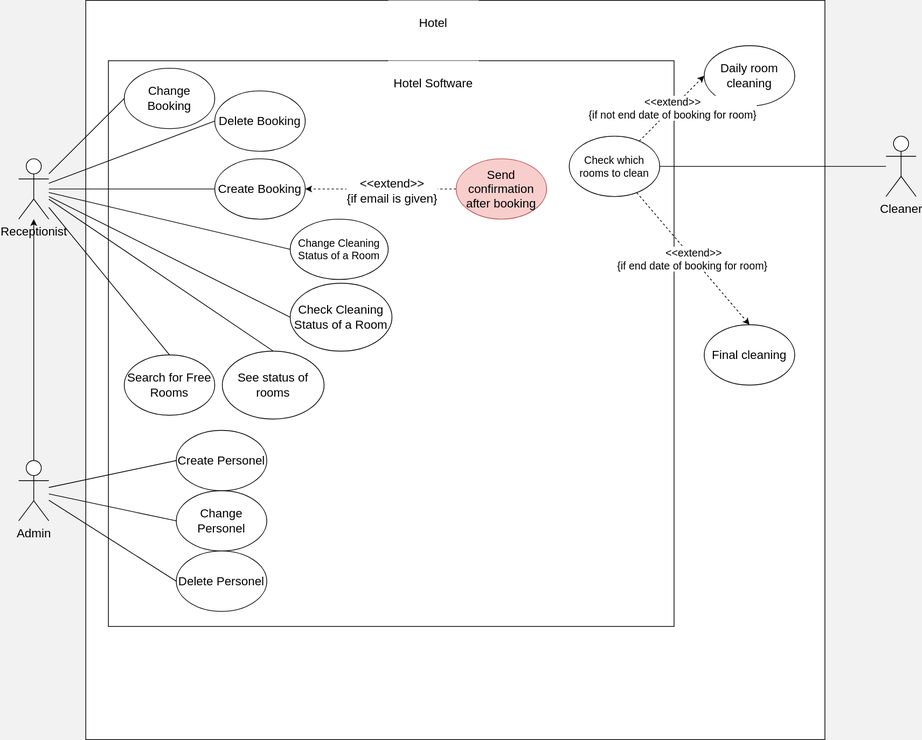
The draw.io diagram use_case_diagram.drawio.svg in N4ims/hotel-system, before a commit. Source tidied: cells renumbered, new cells last; positions are measured from the earlier drawing's top-left corner, leaving out a move shared by most shapes.
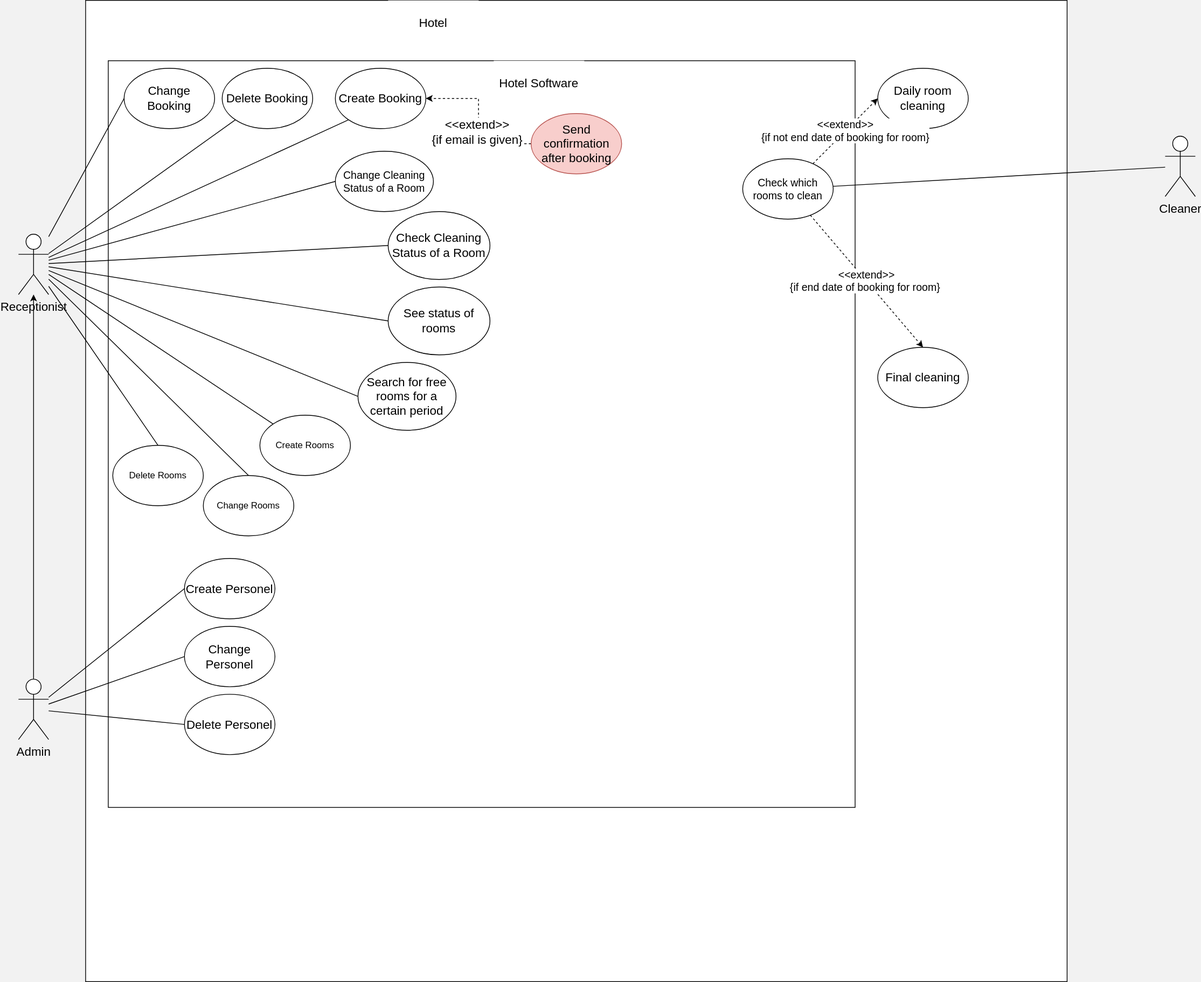
Later version of the same file.

Commit message:
Add use cases to use_case_diagram.drawio.svg

Change to the diagram source:
```diff
@@ -3,13 +3,13 @@
     <mxCell id="0" />
     <mxCell id="1" parent="0" />
     <mxCell id="2" style="whiteSpace=wrap;html=1;fontSize=16;" parent="1" vertex="1">
-      <mxGeometry x="89" width="980" height="980" as="geometry" />
+      <mxGeometry x="89" width="1301" height="1301" as="geometry" />
     </mxCell>
     <mxCell id="3" style="whiteSpace=wrap;html=1;align=center;flipV=1;flipH=1;" parent="1" vertex="1">
-      <mxGeometry x="119" y="80" width="750" height="750" as="geometry" />
+      <mxGeometry x="119" y="80" width="990" height="990" as="geometry" />
     </mxCell>
     <mxCell id="4" value="&lt;font style=&quot;font-size: 16px&quot;&gt;Hotel Software&lt;/font&gt;" style="rounded=0;whiteSpace=wrap;html=1;fillColor=default;strokeColor=none;" parent="1" vertex="1">
-      <mxGeometry x="490" y="80" width="120" height="60" as="geometry" />
+      <mxGeometry x="630" y="80" width="120" height="60" as="geometry" />
     </mxCell>
     <mxCell id="5" style="edgeStyle=orthogonalEdgeStyle;rounded=0;jettySize=auto;html=1;fontSize=16;" parent="1" edge="1" source="9" target="17">
       <mxGeometry relative="1" as="geometry" />
@@ -24,58 +24,67 @@
       <mxGeometry relative="1" as="geometry" />
     </mxCell>
     <mxCell id="9" value="Admin" style="shape=umlActor;verticalLabelPosition=bottom;verticalAlign=top;html=1;outlineConnect=0;fontSize=16;" parent="1" vertex="1">
-      <mxGeometry y="610" width="40" height="80" as="geometry" />
+      <mxGeometry y="900" width="40" height="80" as="geometry" />
     </mxCell>
     <mxCell id="10" style="edgeStyle=none;rounded=0;jettySize=auto;html=1;entryX=0;entryY=0.5;entryDx=0;entryDy=0;fontSize=16;endArrow=none;endFill=0;" parent="1" edge="1" source="17" target="19">
       <mxGeometry relative="1" as="geometry" />
     </mxCell>
-    <mxCell id="11" style="edgeStyle=none;rounded=0;jettySize=auto;html=1;entryX=0;entryY=0.5;entryDx=0;entryDy=0;fontSize=16;endArrow=none;endFill=0;" parent="1" edge="1" source="17" target="18">
+    <mxCell id="11" style="edgeStyle=none;rounded=0;jettySize=auto;html=1;entryX=0;entryY=1;entryDx=0;entryDy=0;fontSize=16;endArrow=none;endFill=0;" parent="1" edge="1" source="17" target="18">
       <mxGeometry relative="1" as="geometry" />
     </mxCell>
-    <mxCell id="12" style="edgeStyle=none;rounded=0;jettySize=auto;html=1;entryX=0;entryY=0.5;entryDx=0;entryDy=0;fontSize=16;endArrow=none;endFill=0;" parent="1" edge="1" source="17" target="20">
+    <mxCell id="12" style="edgeStyle=none;rounded=0;jettySize=auto;html=1;entryX=0;entryY=1;entryDx=0;entryDy=0;fontSize=16;endArrow=none;endFill=0;" parent="1" edge="1" source="17" target="20">
       <mxGeometry relative="1" as="geometry" />
     </mxCell>
     <mxCell id="13" style="edgeStyle=none;rounded=0;jettySize=auto;html=1;entryX=0;entryY=0.5;entryDx=0;entryDy=0;fontSize=16;endArrow=none;endFill=0;" parent="1" edge="1" source="17" target="21">
       <mxGeometry relative="1" as="geometry" />
     </mxCell>
-    <mxCell id="14" style="edgeStyle=none;rounded=0;jettySize=auto;html=1;entryX=0.5;entryY=0;entryDx=0;entryDy=0;fontSize=16;endArrow=none;endFill=0;" parent="1" edge="1" source="17" target="25">
+    <mxCell id="14" style="edgeStyle=none;rounded=0;jettySize=auto;html=1;entryX=0;entryY=0.5;entryDx=0;entryDy=0;fontSize=16;endArrow=none;endFill=0;" parent="1" edge="1" source="17" target="25">
       <mxGeometry relative="1" as="geometry" />
     </mxCell>
-    <mxCell id="15" style="edgeStyle=none;rounded=0;jettySize=auto;html=1;entryX=0.5;entryY=0;entryDx=0;entryDy=0;fontSize=16;endArrow=none;endFill=0;" parent="1" edge="1" source="17" target="34">
+    <mxCell id="15" style="edgeStyle=none;rounded=0;jettySize=auto;html=1;entryX=0;entryY=0.5;entryDx=0;entryDy=0;fontSize=16;endArrow=none;endFill=0;" parent="1" edge="1" source="17" target="34">
       <mxGeometry relative="1" as="geometry" />
     </mxCell>
     <mxCell id="16" style="rounded=0;jettySize=auto;html=1;entryX=0;entryY=0.5;entryDx=0;entryDy=0;endArrow=none;endFill=0;" parent="1" edge="1" source="17" target="35">
       <mxGeometry relative="1" as="geometry" />
     </mxCell>
+    <mxCell id="39" style="rounded=0;jettySize=auto;html=1;entryX=0.5;entryY=0;entryDx=0;entryDy=0;endArrow=none;endFill=0;" parent="1" edge="1" source="17" target="44">
+      <mxGeometry relative="1" as="geometry" />
+    </mxCell>
+    <mxCell id="40" style="rounded=0;jettySize=auto;html=1;entryX=0;entryY=0;entryDx=0;entryDy=0;endArrow=none;endFill=0;" parent="1" edge="1" source="17" target="43">
+      <mxGeometry relative="1" as="geometry" />
+    </mxCell>
+    <mxCell id="41" style="rounded=0;jettySize=auto;html=1;endArrow=none;endFill=0;entryX=0.5;entryY=0;entryDx=0;entryDy=0;" parent="1" edge="1" source="17" target="42">
+      <mxGeometry relative="1" as="geometry" />
+    </mxCell>
     <mxCell id="17" value="Receptionist" style="shape=umlActor;verticalLabelPosition=bottom;verticalAlign=top;html=1;outlineConnect=0;fontSize=16;" parent="1" vertex="1">
-      <mxGeometry y="210" width="40" height="80" as="geometry" />
+      <mxGeometry y="310" width="40" height="80" as="geometry" />
     </mxCell>
     <mxCell id="18" value="Create Booking" style="ellipse;whiteSpace=wrap;html=1;fontSize=16;" parent="1" vertex="1">
-      <mxGeometry x="260" y="210" width="120" height="80" as="geometry" />
+      <mxGeometry x="420" y="90" width="120" height="80" as="geometry" />
     </mxCell>
     <mxCell id="19" value="Change Booking" style="ellipse;whiteSpace=wrap;html=1;fontSize=16;" parent="1" vertex="1">
       <mxGeometry x="140" y="90" width="120" height="80" as="geometry" />
     </mxCell>
     <mxCell id="20" value="Delete Booking" style="ellipse;whiteSpace=wrap;html=1;fontSize=16;" parent="1" vertex="1">
-      <mxGeometry x="260" y="120" width="120" height="80" as="geometry" />
+      <mxGeometry x="270" y="90" width="120" height="80" as="geometry" />
     </mxCell>
     <mxCell id="21" value="Check Cleaning Status of a Room" style="ellipse;whiteSpace=wrap;html=1;fontSize=16;" parent="1" vertex="1">
-      <mxGeometry x="360" y="375" width="135" height="90" as="geometry" />
+      <mxGeometry x="490" y="280" width="135" height="90" as="geometry" />
     </mxCell>
     <mxCell id="22" value="Create Personel" style="ellipse;whiteSpace=wrap;html=1;fontSize=16;" parent="1" vertex="1">
-      <mxGeometry x="209" y="570" width="120" height="80" as="geometry" />
+      <mxGeometry x="220" y="740" width="120" height="80" as="geometry" />
     </mxCell>
     <mxCell id="23" value="Change Personel" style="ellipse;whiteSpace=wrap;html=1;fontSize=16;" parent="1" vertex="1">
-      <mxGeometry x="209" y="650" width="120" height="80" as="geometry" />
+      <mxGeometry x="220" y="830" width="120" height="80" as="geometry" />
     </mxCell>
     <mxCell id="24" value="Delete Personel" style="ellipse;whiteSpace=wrap;html=1;fontSize=16;" parent="1" vertex="1">
-      <mxGeometry x="209" y="730" width="120" height="80" as="geometry" />
+      <mxGeometry x="220" y="920" width="120" height="80" as="geometry" />
     </mxCell>
-    <mxCell id="25" value="Search for Free Rooms" style="ellipse;whiteSpace=wrap;html=1;fontSize=16;" parent="1" vertex="1">
-      <mxGeometry x="140" y="470" width="120" height="80" as="geometry" />
+    <mxCell id="25" value="Search for free rooms for a certain period" style="ellipse;whiteSpace=wrap;html=1;fontSize=16;" parent="1" vertex="1">
+      <mxGeometry x="450" y="480" width="130" height="90" as="geometry" />
     </mxCell>
     <mxCell id="26" value="Daily room cleaning" style="ellipse;whiteSpace=wrap;html=1;fontSize=16;" parent="1" vertex="1">
-      <mxGeometry x="909" y="60" width="120" height="80" as="geometry" />
+      <mxGeometry x="1139" y="90" width="120" height="80" as="geometry" />
     </mxCell>
     <mxCell id="27" value="Hotel" style="rounded=0;whiteSpace=wrap;html=1;fontSize=16;strokeColor=none;" parent="1" vertex="1">
       <mxGeometry x="490" width="120" height="60" as="geometry" />
@@ -84,10 +93,10 @@
       <mxGeometry relative="1" as="geometry" />
     </mxCell>
     <mxCell id="29" value="Cleaner" style="shape=umlActor;verticalLabelPosition=bottom;verticalAlign=top;html=1;outlineConnect=0;fontSize=16;" parent="1" vertex="1">
-      <mxGeometry x="1150" y="180" width="40" height="80" as="geometry" />
+      <mxGeometry x="1520" y="180" width="40" height="80" as="geometry" />
     </mxCell>
     <mxCell id="30" value="Final cleaning" style="ellipse;whiteSpace=wrap;html=1;fontSize=16;" parent="1" vertex="1">
-      <mxGeometry x="909" y="430" width="120" height="80" as="geometry" />
+      <mxGeometry x="1139" y="460" width="120" height="80" as="geometry" />
     </mxCell>
     <mxCell id="31" style="edgeStyle=orthogonalEdgeStyle;rounded=0;jettySize=auto;html=1;entryX=1;entryY=0.5;entryDx=0;entryDy=0;fontSize=16;dashed=1;" parent="1" edge="1" source="33" target="18">
       <mxGeometry relative="1" as="geometry" />
@@ -96,13 +105,13 @@
       <mxGeometry x="-0.15" y="2" relative="1" as="geometry" />
     </mxCell>
     <mxCell id="33" value="Send confirmation after booking" style="ellipse;whiteSpace=wrap;html=1;fontSize=16;color=pink;fillColor=#f8cecc;strokeColor=#b85450;" parent="1" vertex="1">
-      <mxGeometry x="580" y="210" width="120" height="80" as="geometry" />
+      <mxGeometry x="679.5" y="150" width="120" height="80" as="geometry" />
     </mxCell>
     <mxCell id="34" value="See status of rooms" style="ellipse;whiteSpace=wrap;html=1;fontSize=16;" parent="1" vertex="1">
-      <mxGeometry x="270" y="465" width="135" height="90" as="geometry" />
+      <mxGeometry x="490" y="380" width="135" height="90" as="geometry" />
     </mxCell>
     <mxCell id="35" value="&lt;font style=&quot;font-size: 14px&quot;&gt;Change Cleaning Status of a Room&lt;/font&gt;" style="ellipse;whiteSpace=wrap;html=1;" parent="1" vertex="1">
-      <mxGeometry x="360" y="290" width="130" height="80" as="geometry" />
+      <mxGeometry x="420" y="200" width="130" height="80" as="geometry" />
     </mxCell>
     <mxCell id="36" value="&amp;lt;&amp;lt;extend&amp;gt;&amp;gt;&lt;br&gt;{if end date of booking for room}&amp;nbsp;" style="rounded=0;jettySize=auto;html=1;entryX=0.5;entryY=0;entryDx=0;entryDy=0;fontSize=14;endArrow=classic;endFill=1;dashed=1;" parent="1" edge="1" source="38" target="30">
       <mxGeometry relative="1" as="geometry" />
@@ -111,7 +120,16 @@
       <mxGeometry relative="1" as="geometry" />
     </mxCell>
     <mxCell id="38" value="Check which rooms to clean" style="ellipse;whiteSpace=wrap;html=1;fontSize=14;" parent="1" vertex="1">
-      <mxGeometry x="730" y="180" width="120" height="80" as="geometry" />
+      <mxGeometry x="960" y="210" width="120" height="80" as="geometry" />
     </mxCell>
+    <mxCell id="42" value="Change Rooms" style="ellipse;whiteSpace=wrap;html=1;" parent="1" vertex="1">
+      <mxGeometry x="245" y="630" width="120" height="80" as="geometry" />
+    </mxCell>
+    <mxCell id="43" value="Create Rooms" style="ellipse;whiteSpace=wrap;html=1;" parent="1" vertex="1">
+      <mxGeometry x="320" y="550" width="120" height="80" as="geometry" />
+    </mxCell>
+    <mxCell id="44" value="Delete Rooms" style="ellipse;whiteSpace=wrap;html=1;" parent="1" vertex="1">
+      <mxGeometry x="125" y="590" width="120" height="80" as="geometry" />
+    </mxCell>
   </root>
 </mxGraphModel>
```
